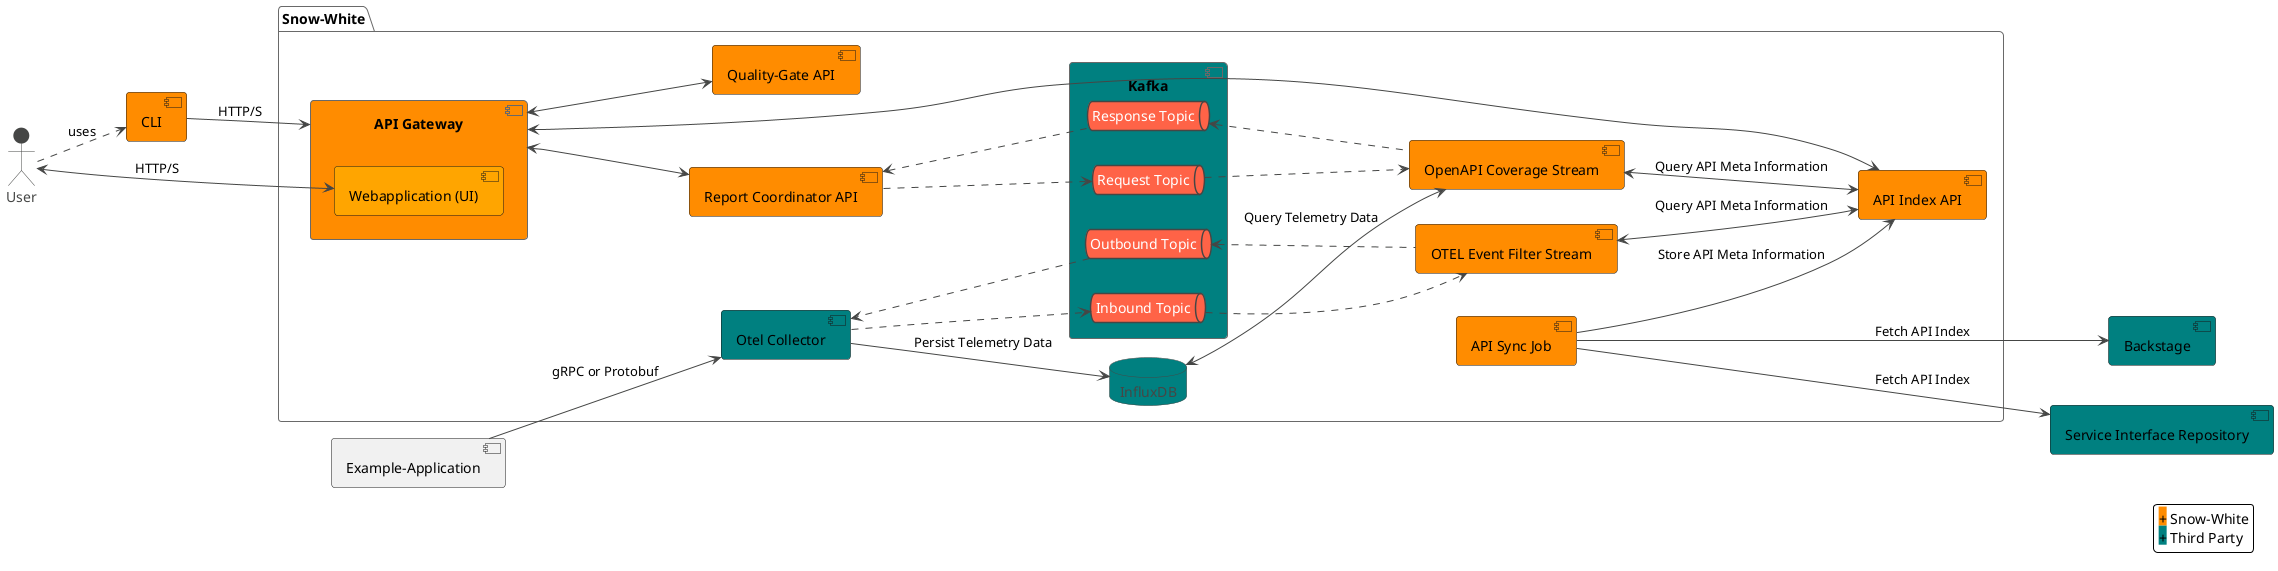
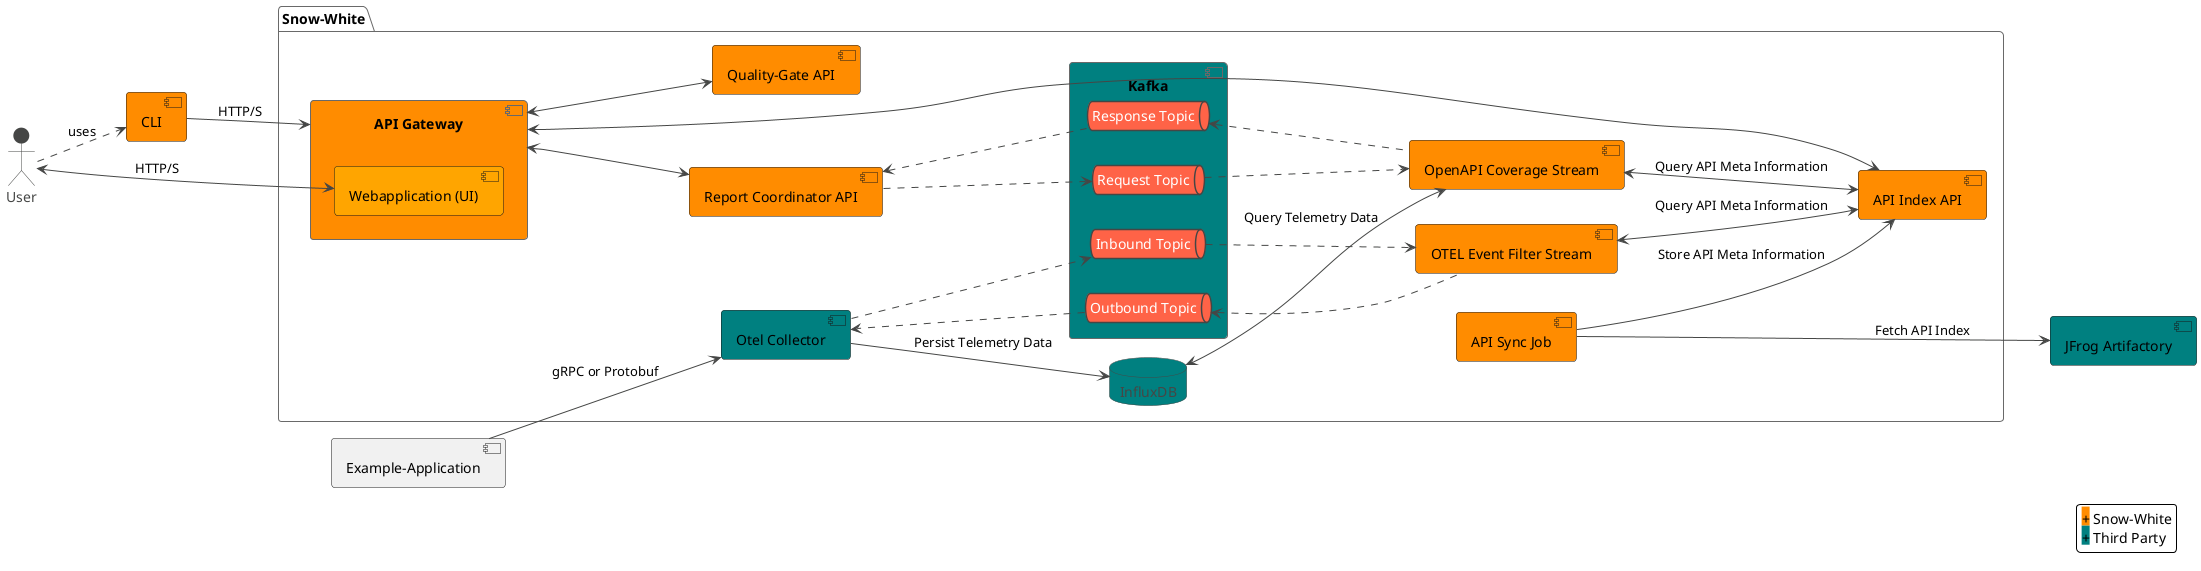
@startuml

' Stylin'

!theme vibrant
left to right direction

package "Snow-White" {

  ' Snow-White components first

  component "API Gateway" as gate #Darkorange {
  component "Webapplication (UI)" as ui #Orange
}

component "API Index API" as index #Darkorange
component "API Sync Job" as sync #Darkorange
component "OTEL Event Filter Stream" as filter #Darkorange
component "OpenAPI Coverage Stream" as coverage #Darkorange
component "Quality-Gate API" as qgate #Darkorange
component "Report Coordinator API" as coordinator #Darkorange

' Third-party components next

database "InfluxDB" as influx #Teal

component "Kafka" #Teal {
queue "Inbound Topic" as inbound
queue "Outbound Topic" as outbound
queue "Request Topic" as request
queue "Response Topic" as response
}

component "Otel Collector" as otel #Teal
}

- component "Backstage" as backstage #Teal
- component "Service Interface Repository" as sir #Teal
+ component "JFrog Artifactory" as sir #Teal

' User connections (aka UI)

actor User as user
component CLI as cli #Darkorange

user <--> ui: HTTP/S

user ..> cli: uses
cli --> gate: HTTP/S

gate <--> qgate
gate <--> coordinator
gate <--> index

' API Sync Job

- sync ---> backstage : Fetch API Index
sync ---> sir : Fetch API Index
sync --> index : Store API Meta Information

' OTEL Event Filter

component "Example-Application" as app

app --> otel: gRPC or Protobuf

otel ..> inbound
inbound .down.> filter
filter <--> index: Query API Meta Information
filter .up.> outbound
outbound ..> otel
otel --> influx: Persist Telemetry Data

' Report Coordinator API

coordinator .down.> request
response .up.> coordinator

' OpenAPI Coverage Stream

request .down.> coverage
coverage <--> index: Query API Meta Information
coverage <-up-> influx: Query Telemetry Data
coverage .up.> response

legend right
<back:Darkorange>+</back> Snow-White
<back:Teal>+</back> Third Party
end legend

@enduml